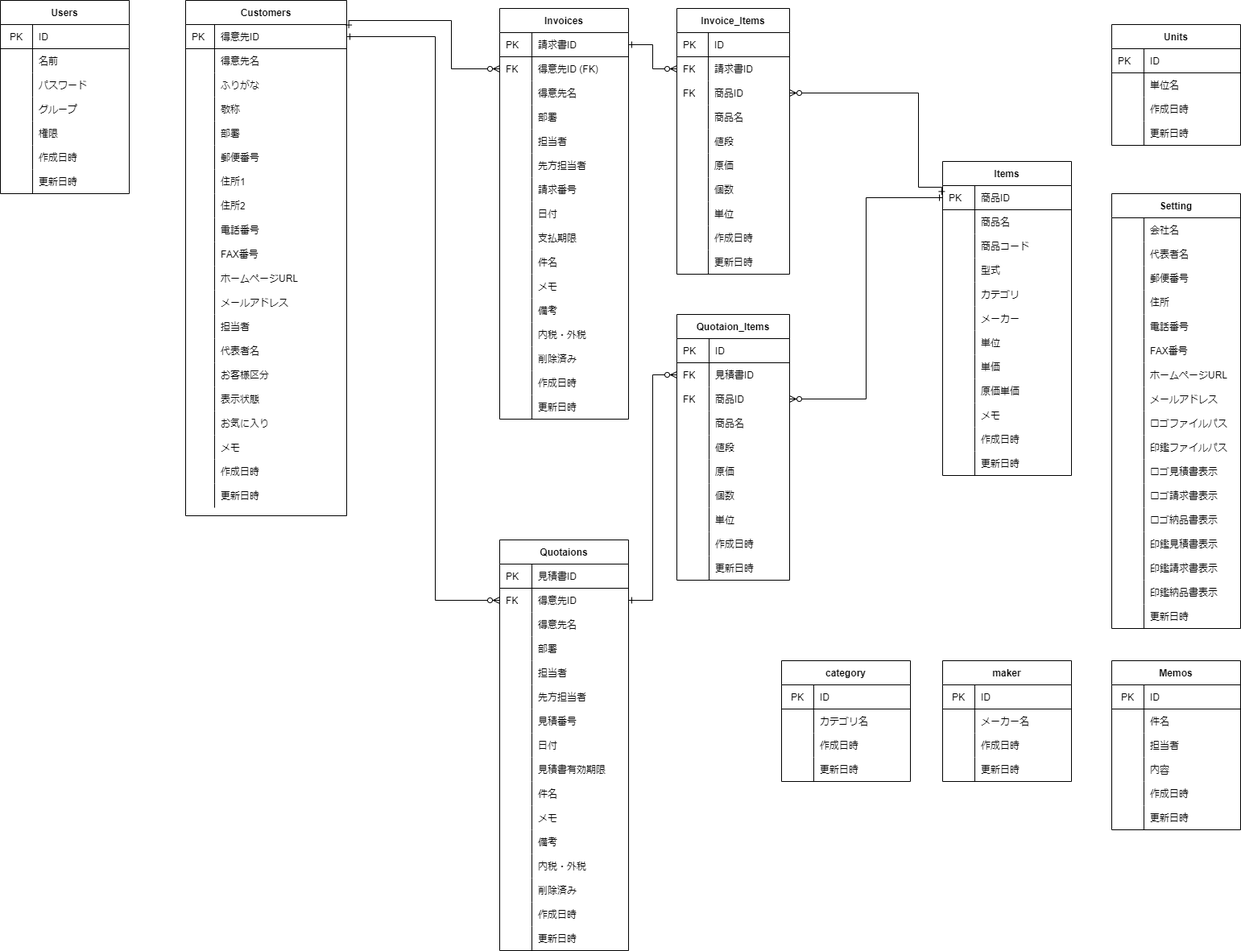
This is soho_er.png from gamasenninn/caddie-clone, a draw.io export, as it was before one commit. Source tidied: cells renumbered, new cells last; positions are measured from the earlier drawing's top-left corner, leaving out a move shared by most shapes.
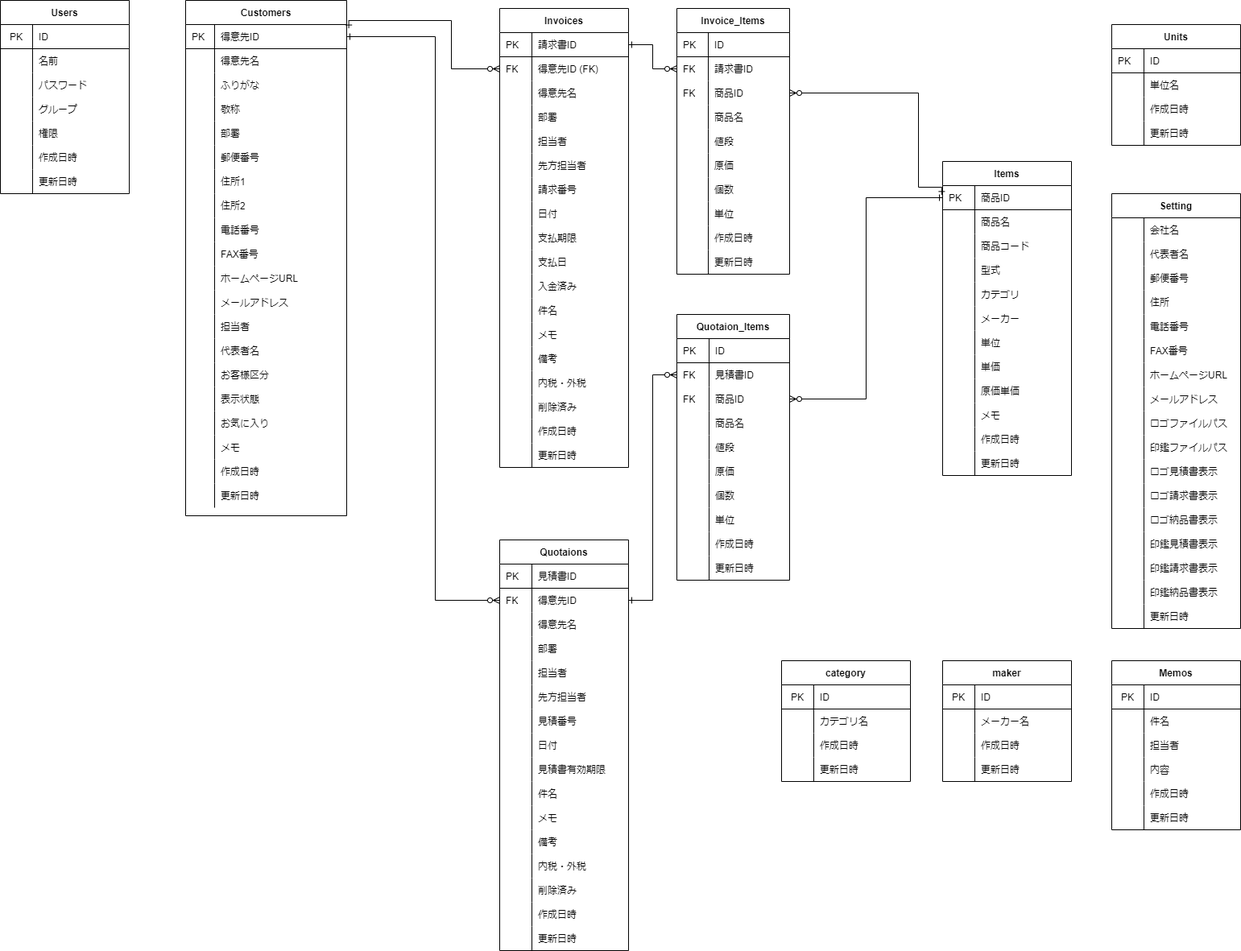
After the commit.

Diff of the diagram source:
```diff
@@ -297,7 +297,7 @@
       <mxGeometry x="40" width="120" height="30" as="geometry" />
     </mxCell>
     <mxCell id="100" value="Invoices" style="shape=table;startSize=30;rowLines=0;fontStyle=1;align=center;" parent="1" vertex="1">
-      <mxGeometry x="620" y="10" width="160" height="510" as="geometry" />
+      <mxGeometry x="620" y="10" width="160" height="570" as="geometry" />
     </mxCell>
     <mxCell id="101" style="shape=partialRectangle;html=1;whiteSpace=wrap;fillColor=none;top=0;left=0;bottom=1;right=0;points=[[0,0.5],[1,0.5]];portConstraint=eastwest;" parent="100" vertex="1">
       <mxGeometry y="30" width="160" height="30" as="geometry" />
@@ -380,8 +380,26 @@
     <mxCell id="127" value="支払期限" style="shape=partialRectangle;html=1;whiteSpace=wrap;fillColor=none;top=0;left=0;bottom=0;right=0;align=left;spacingLeft=6;overflow=hidden;" parent="125" vertex="1">
       <mxGeometry x="40" width="120" height="30" as="geometry" />
     </mxCell>
+    <mxCell id="398" style="shape=partialRectangle;html=1;whiteSpace=wrap;fillColor=none;top=0;left=0;bottom=0;right=0;" parent="100" vertex="1">
+      <mxGeometry y="300" width="160" height="30" as="geometry" />
+    </mxCell>
+    <mxCell id="399" style="shape=partialRectangle;html=1;whiteSpace=wrap;fillColor=none;top=0;left=0;bottom=0;right=0;align=left;spacingLeft=6;overflow=hidden;" parent="398" vertex="1">
+      <mxGeometry width="40" height="30" as="geometry" />
+    </mxCell>
+    <mxCell id="400" value="支払日" style="shape=partialRectangle;html=1;whiteSpace=wrap;fillColor=none;top=0;left=0;bottom=0;right=0;align=left;spacingLeft=6;overflow=hidden;" parent="398" vertex="1">
+      <mxGeometry x="40" width="120" height="30" as="geometry" />
+    </mxCell>
+    <mxCell id="401" style="shape=partialRectangle;html=1;whiteSpace=wrap;fillColor=none;top=0;left=0;bottom=0;right=0;" parent="100" vertex="1">
+      <mxGeometry y="330" width="160" height="30" as="geometry" />
+    </mxCell>
+    <mxCell id="402" style="shape=partialRectangle;html=1;whiteSpace=wrap;fillColor=none;top=0;left=0;bottom=0;right=0;align=left;spacingLeft=6;overflow=hidden;" parent="401" vertex="1">
+      <mxGeometry width="40" height="30" as="geometry" />
+    </mxCell>
+    <mxCell id="403" value="入金済み" style="shape=partialRectangle;html=1;whiteSpace=wrap;fillColor=none;top=0;left=0;bottom=0;right=0;align=left;spacingLeft=6;overflow=hidden;" parent="401" vertex="1">
+      <mxGeometry x="40" width="120" height="30" as="geometry" />
+    </mxCell>
     <mxCell id="128" style="shape=partialRectangle;html=1;whiteSpace=wrap;fillColor=none;top=0;left=0;bottom=0;right=0;" parent="100" vertex="1">
-      <mxGeometry y="300" width="160" height="30" as="geometry" />
+      <mxGeometry y="360" width="160" height="30" as="geometry" />
     </mxCell>
     <mxCell id="129" style="shape=partialRectangle;html=1;whiteSpace=wrap;fillColor=none;top=0;left=0;bottom=0;right=0;align=left;spacingLeft=6;overflow=hidden;" parent="128" vertex="1">
       <mxGeometry width="40" height="30" as="geometry" />
@@ -390,7 +408,7 @@
       <mxGeometry x="40" width="120" height="30" as="geometry" />
     </mxCell>
     <mxCell id="131" style="shape=partialRectangle;html=1;whiteSpace=wrap;fillColor=none;top=0;left=0;bottom=0;right=0;" parent="100" vertex="1">
-      <mxGeometry y="330" width="160" height="30" as="geometry" />
+      <mxGeometry y="390" width="160" height="30" as="geometry" />
     </mxCell>
     <mxCell id="132" style="shape=partialRectangle;html=1;whiteSpace=wrap;fillColor=none;top=0;left=0;bottom=0;right=0;align=left;spacingLeft=6;overflow=hidden;" parent="131" vertex="1">
       <mxGeometry width="40" height="30" as="geometry" />
@@ -399,7 +417,7 @@
       <mxGeometry x="40" width="120" height="30" as="geometry" />
     </mxCell>
     <mxCell id="134" style="shape=partialRectangle;html=1;whiteSpace=wrap;fillColor=none;top=0;left=0;bottom=0;right=0;" parent="100" vertex="1">
-      <mxGeometry y="360" width="160" height="30" as="geometry" />
+      <mxGeometry y="420" width="160" height="30" as="geometry" />
     </mxCell>
     <mxCell id="135" style="shape=partialRectangle;html=1;whiteSpace=wrap;fillColor=none;top=0;left=0;bottom=0;right=0;align=left;spacingLeft=6;overflow=hidden;" parent="134" vertex="1">
       <mxGeometry width="40" height="30" as="geometry" />
@@ -408,7 +426,7 @@
       <mxGeometry x="40" width="120" height="30" as="geometry" />
     </mxCell>
     <mxCell id="137" style="shape=partialRectangle;html=1;whiteSpace=wrap;fillColor=none;top=0;left=0;bottom=0;right=0;" parent="100" vertex="1">
-      <mxGeometry y="390" width="160" height="30" as="geometry" />
+      <mxGeometry y="450" width="160" height="30" as="geometry" />
     </mxCell>
     <mxCell id="138" style="shape=partialRectangle;html=1;whiteSpace=wrap;fillColor=none;top=0;left=0;bottom=0;right=0;align=left;spacingLeft=6;overflow=hidden;" parent="137" vertex="1">
       <mxGeometry width="40" height="30" as="geometry" />
@@ -417,7 +435,7 @@
       <mxGeometry x="40" width="120" height="30" as="geometry" />
     </mxCell>
     <mxCell id="140" style="shape=partialRectangle;html=1;whiteSpace=wrap;fillColor=none;top=0;left=0;bottom=0;right=0;" parent="100" vertex="1">
-      <mxGeometry y="420" width="160" height="30" as="geometry" />
+      <mxGeometry y="480" width="160" height="30" as="geometry" />
     </mxCell>
     <mxCell id="141" style="shape=partialRectangle;html=1;whiteSpace=wrap;fillColor=none;top=0;left=0;bottom=0;right=0;align=left;spacingLeft=6;overflow=hidden;" parent="140" vertex="1">
       <mxGeometry width="40" height="30" as="geometry" />
@@ -426,7 +444,7 @@
       <mxGeometry x="40" width="120" height="30" as="geometry" />
     </mxCell>
     <mxCell id="143" style="shape=partialRectangle;html=1;whiteSpace=wrap;fillColor=none;top=0;left=0;bottom=0;right=0;" parent="100" vertex="1">
-      <mxGeometry y="450" width="160" height="30" as="geometry" />
+      <mxGeometry y="510" width="160" height="30" as="geometry" />
     </mxCell>
     <mxCell id="144" style="shape=partialRectangle;html=1;whiteSpace=wrap;fillColor=none;top=0;left=0;bottom=0;right=0;align=left;spacingLeft=6;overflow=hidden;" parent="143" vertex="1">
       <mxGeometry width="40" height="30" as="geometry" />
@@ -435,7 +453,7 @@
       <mxGeometry x="40" width="120" height="30" as="geometry" />
     </mxCell>
     <mxCell id="146" style="shape=partialRectangle;html=1;whiteSpace=wrap;fillColor=none;top=0;left=0;bottom=0;right=0;" parent="100" vertex="1">
-      <mxGeometry y="480" width="160" height="30" as="geometry" />
+      <mxGeometry y="540" width="160" height="30" as="geometry" />
     </mxCell>
     <mxCell id="147" style="shape=partialRectangle;html=1;whiteSpace=wrap;fillColor=none;top=0;left=0;bottom=0;right=0;align=left;spacingLeft=6;overflow=hidden;" parent="146" vertex="1">
       <mxGeometry width="40" height="30" as="geometry" />
```
